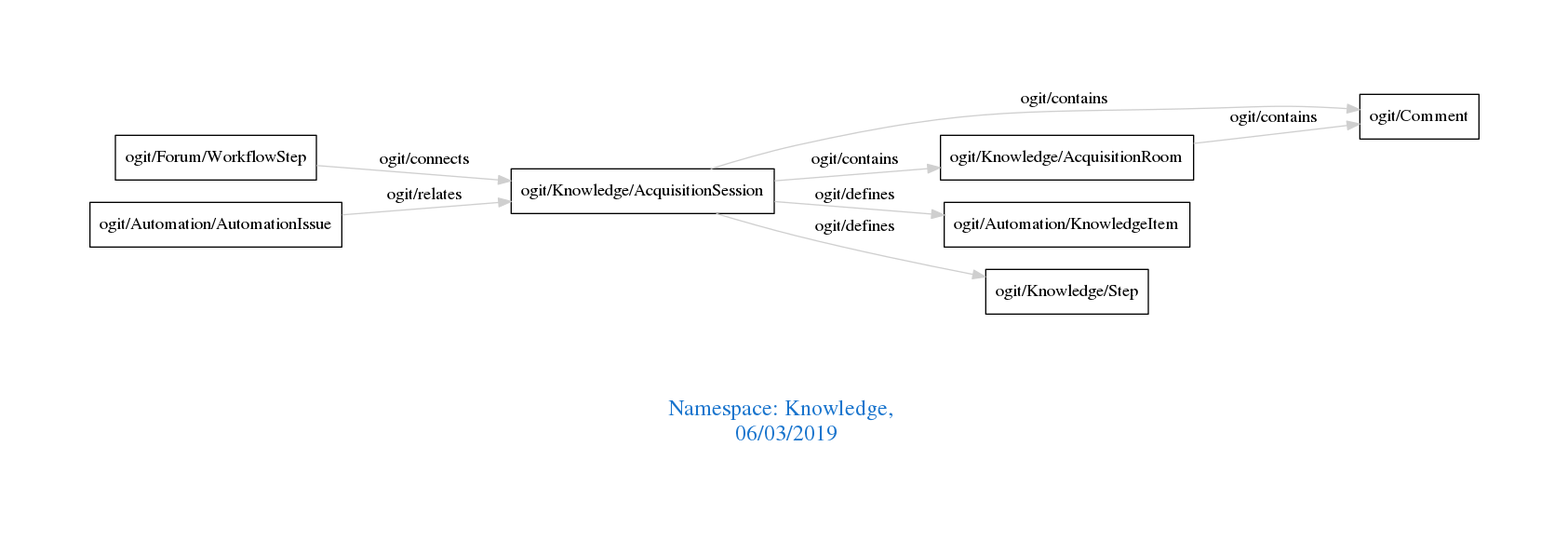
This is downloads/Knowledge.png from arago/OGIT, a Graphviz export, as it was before one commit. Its source is kept beside it as downloads/Knowledge.dot.
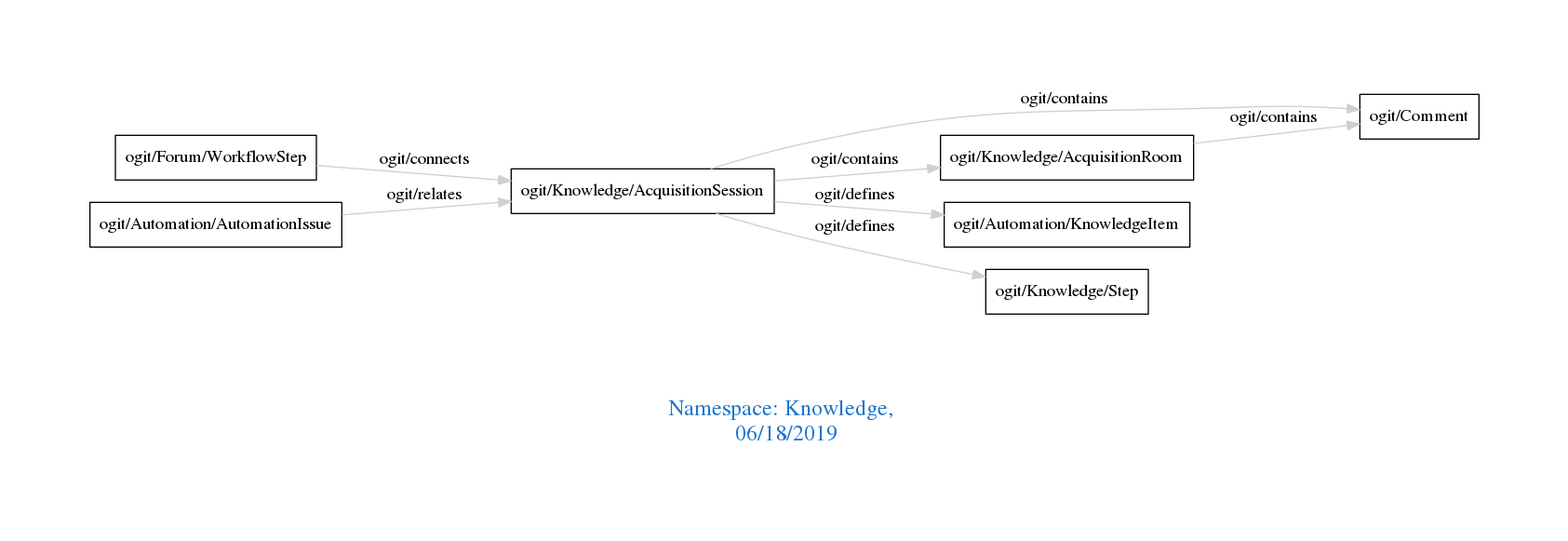
Above is the later version.

What changed in the source:
```diff
@@ -1,7 +1,7 @@
 digraph OGIT_ontology {
  graph [ rankdir= LR,pad=1
 fontsize = 18,
-fontcolor= dodgerblue3,label = "\n\n\nNamespace: Knowledge, \n 06/03/2019"];
+fontcolor= dodgerblue3,label = "\n\n\nNamespace: Knowledge, \n 06/18/2019"];
 node[shape=polygon];
 edge [  color="gray81"];
 
```
